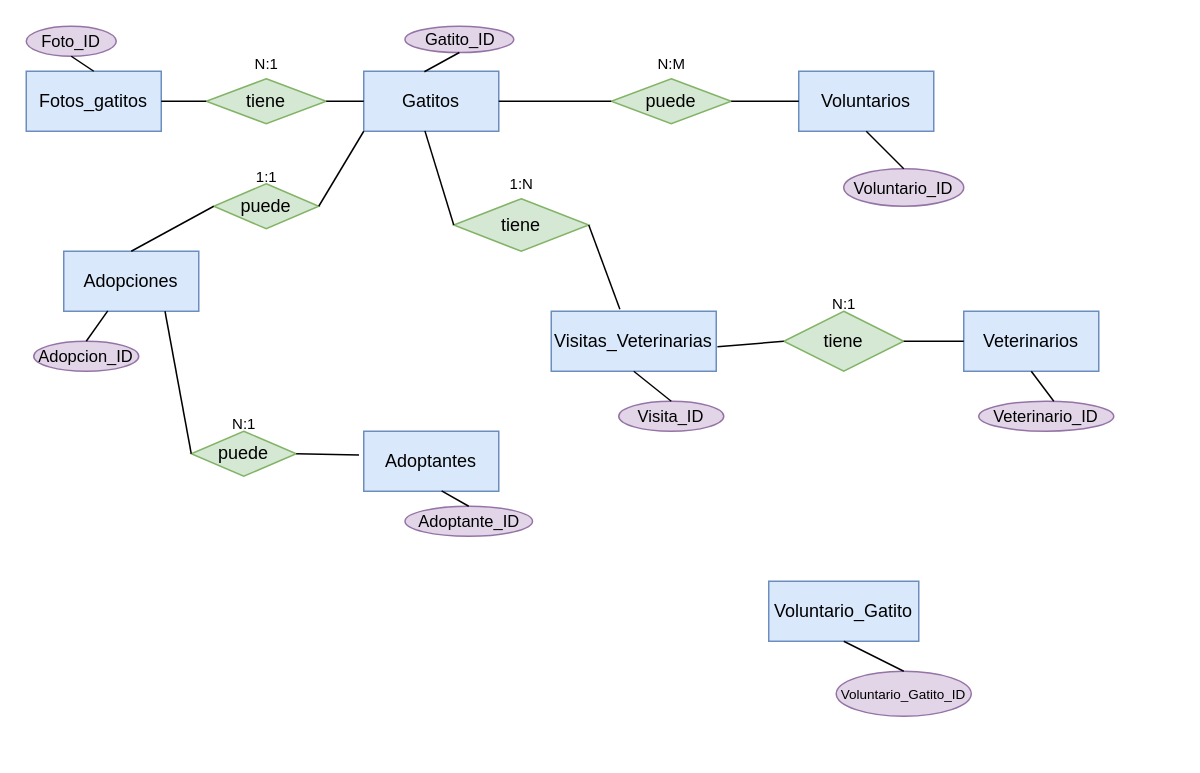
Earlier version of the draw.io diagram Modelo_concep.drawio (LorenaEsther/adopcion_gatitos). Source tidied: cells renumbered, new cells numbered last; positions are measured from the earlier drawing's top-left corner, leaving out a move shared by most shapes. Both pictures are drawn from the tidied source at 150%, with x=0, y=0 at pixel (26, 26).
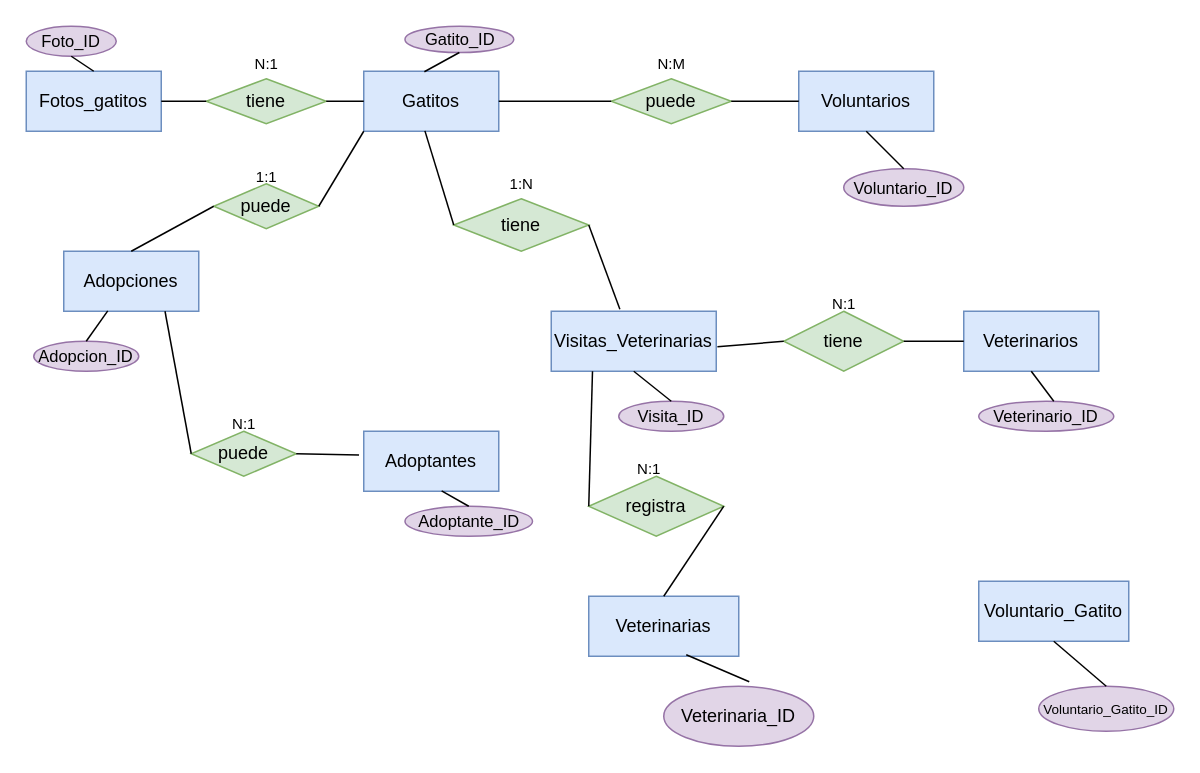
The same page after the edit.

Unchanged cells that the change refers to:
```xml
<mxCell id="9" value="Visitas_Veterinarias" style="rounded=0;whiteSpace=wrap;html=1;fillColor=#dae8fc;strokeColor=#6c8ebf;" parent="1" vertex="1">
  <mxGeometry x="350" y="190" width="110" height="40" as="geometry" />
</mxCell>
```

Diff of the diagram source:
```diff
@@
     <mxCell id="7" value="Voluntario_Gatito" style="rounded=0;whiteSpace=wrap;html=1;fillColor=#dae8fc;strokeColor=#6c8ebf;" parent="1" vertex="1">
-      <mxGeometry x="495" y="370" width="100" height="40" as="geometry" />
+      <mxGeometry x="635" y="370" width="100" height="40" as="geometry" />
     </mxCell>
@@
     <mxCell id="19" value="&lt;font style=&quot;font-size: 9px;&quot;&gt;Voluntario_Gatito_ID&lt;/font&gt;" style="ellipse;whiteSpace=wrap;html=1;align=center;fillColor=#e1d5e7;strokeColor=#9673a6;" parent="1" vertex="1">
-      <mxGeometry x="540" y="430" width="90" height="30" as="geometry" />
+      <mxGeometry x="675" y="440" width="90" height="30" as="geometry" />
     </mxCell>
@@
+    <mxCell id="50" value="Veterinarias" style="whiteSpace=wrap;html=1;align=center;fillColor=#dae8fc;strokeColor=#6c8ebf;" parent="1" vertex="1">
+      <mxGeometry x="375" y="380" width="100" height="40" as="geometry" />
+    </mxCell>
+    <mxCell id="51" value="Veterinaria_ID" style="ellipse;whiteSpace=wrap;html=1;align=center;fillColor=#e1d5e7;strokeColor=#9673a6;" parent="1" vertex="1">
+      <mxGeometry x="425" y="440" width="100" height="40" as="geometry" />
+    </mxCell>
+    <mxCell id="52" style="endArrow=none;html=1;rounded=0;exitX=0.65;exitY=0.975;exitDx=0;exitDy=0;exitPerimeter=0;entryX=0.57;entryY=-0.075;entryDx=0;entryDy=0;entryPerimeter=0;" parent="1" edge="1" source="50" target="51">
+      <mxGeometry relative="1" as="geometry" />
+    </mxCell>
+    <mxCell id="53" value="registra" style="shape=rhombus;perimeter=rhombusPerimeter;whiteSpace=wrap;html=1;align=center;fillColor=#d5e8d4;strokeColor=#82b366;" parent="1" vertex="1">
+      <mxGeometry x="375" y="300" width="90" height="40" as="geometry" />
+    </mxCell>
+    <mxCell id="54" style="endArrow=none;html=1;rounded=0;exitX=0.5;exitY=0;exitDx=0;exitDy=0;entryX=1;entryY=0.5;entryDx=0;entryDy=0;" parent="1" edge="1" source="50" target="53">
+      <mxGeometry relative="1" as="geometry" />
+    </mxCell>
+    <mxCell id="55" style="endArrow=none;html=1;rounded=0;exitX=0;exitY=0.5;exitDx=0;exitDy=0;entryX=0.25;entryY=1;entryDx=0;entryDy=0;" parent="1" edge="1" source="53" target="9">
+      <mxGeometry relative="1" as="geometry" />
+    </mxCell>
+    <mxCell id="56" value="&lt;font style=&quot;font-size: 10px;&quot;&gt;N:1&lt;/font&gt;" style="text;html=1;align=center;verticalAlign=middle;strokeColor=none;fillColor=none;" parent="1" vertex="1">
+      <mxGeometry x="395" y="280" width="40" height="30" as="geometry" />
+    </mxCell>
```
